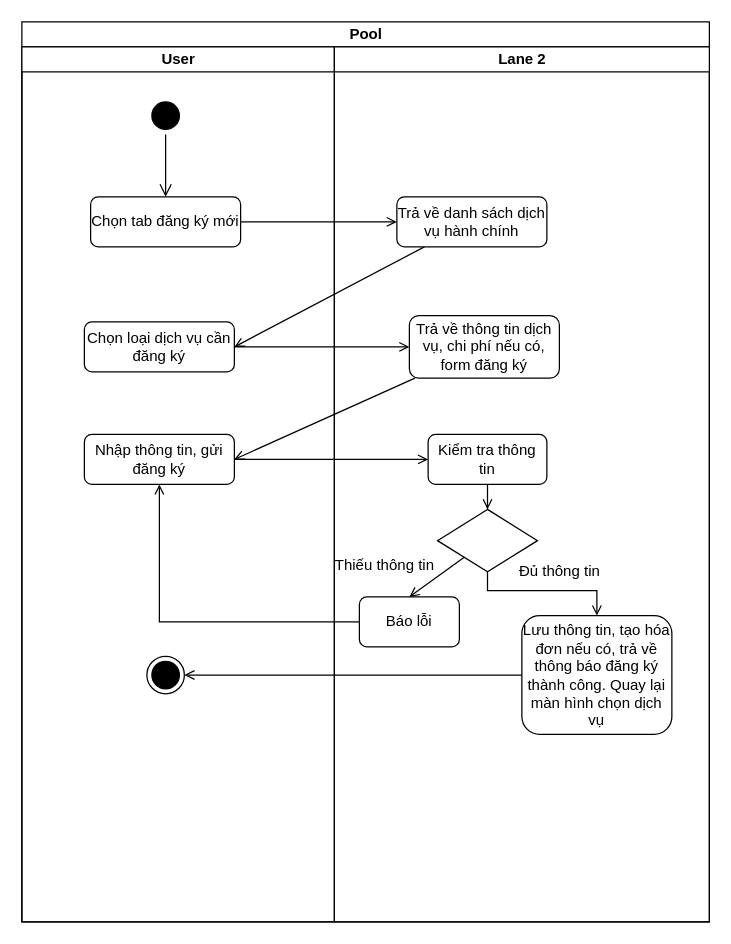
Before: activity diagram/Hành chính công.drawio in kienndhn/draw-io, a draw.io diagram. Source tidied: cells renumbered, new cells numbered last; positions are measured from the earlier drawing's top-left corner, leaving out a move shared by most shapes. Both pictures are drawn from the tidied source at 125%, with x=0, y=0 at pixel (21, 21).
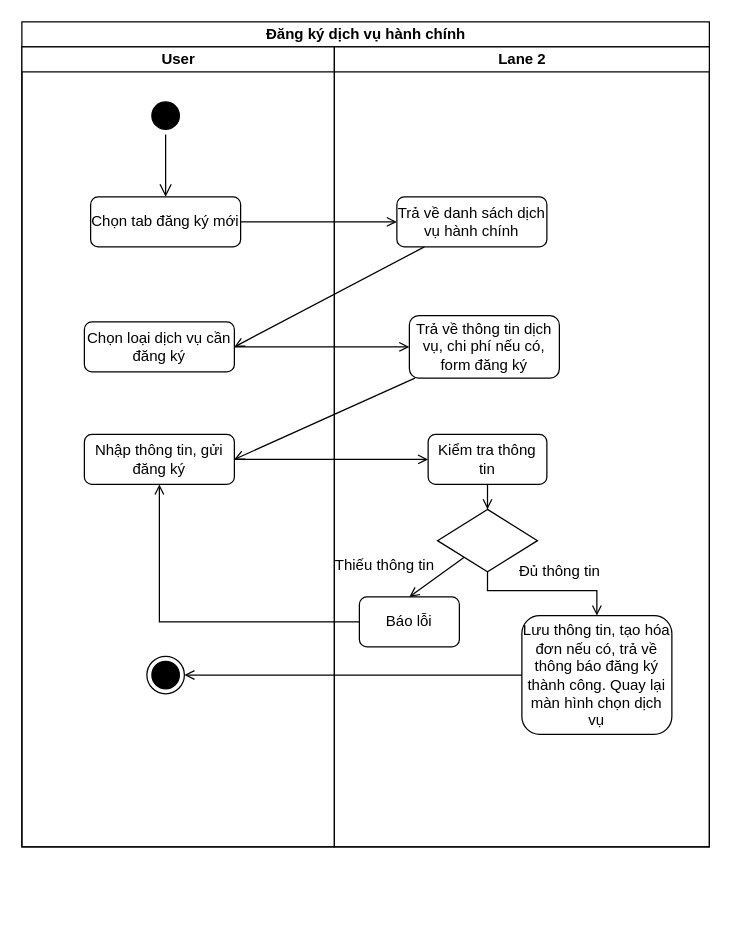
The same page after the edit.

Diff of the diagram source:
```diff
@@
-    <mxCell id="2" value="Pool" style="swimlane;startSize=20;html=1;" parent="1" vertex="1">
-      <mxGeometry width="550" height="720" as="geometry" />
+    <mxCell id="2" value="Đăng ký dịch vụ hành chính" style="swimlane;startSize=20;html=1;" parent="1" vertex="1">
+      <mxGeometry width="550" height="660" as="geometry" />
     </mxCell>
     <mxCell id="3" value="User" style="swimlane;startSize=20;html=1;" parent="2" vertex="1">
-      <mxGeometry y="20" width="250" height="700" as="geometry" />
+      <mxGeometry y="20" width="250" height="640" as="geometry" />
     </mxCell>
@@
     <mxCell id="15" value="Lane 2" style="swimlane;startSize=20;html=1;" parent="2" vertex="1">
-      <mxGeometry x="250" y="20" width="300" height="700" as="geometry" />
+      <mxGeometry x="250" y="20" width="300" height="640" as="geometry" />
     </mxCell>
```
